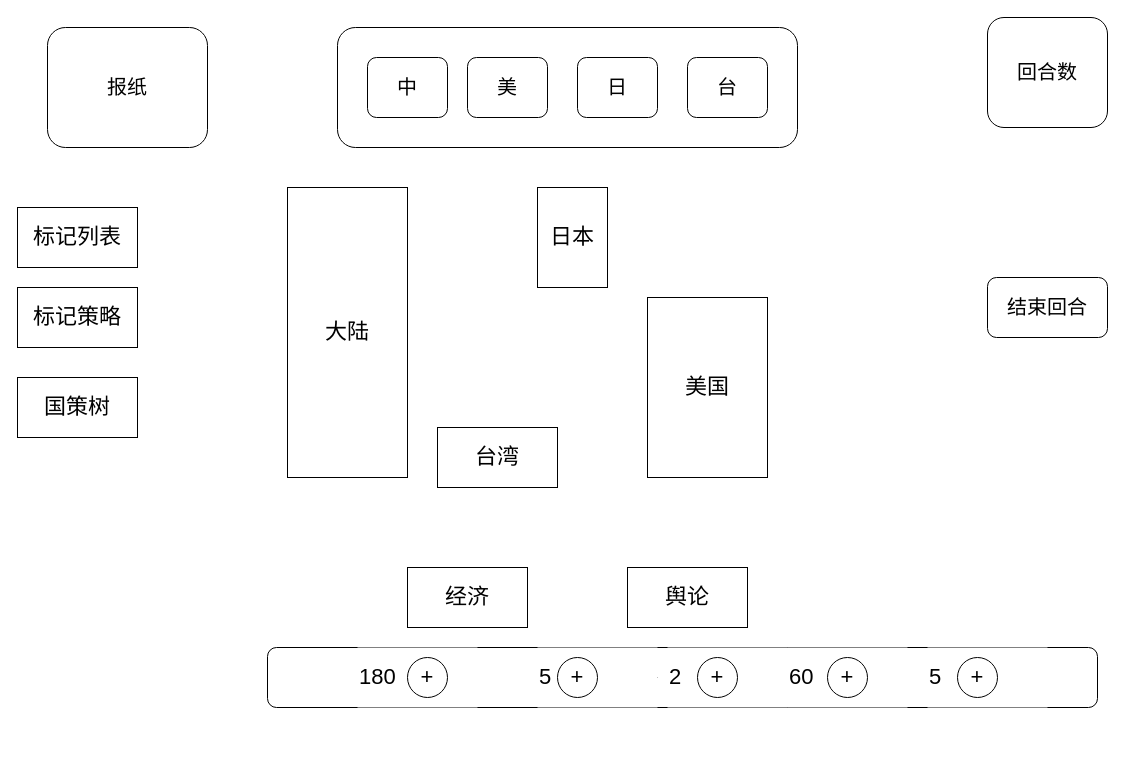
This is todo/board.drawio from hakureiR-eimu/mushiki, a draw.io file, before an edit. Source tidied: cells renumbered, new cells numbered last; positions are measured from the earlier drawing's top-left corner, leaving out a move shared by most shapes. Both pictures are drawn from the tidied source at 100%, with x=0, y=0 at pixel (17, 17).
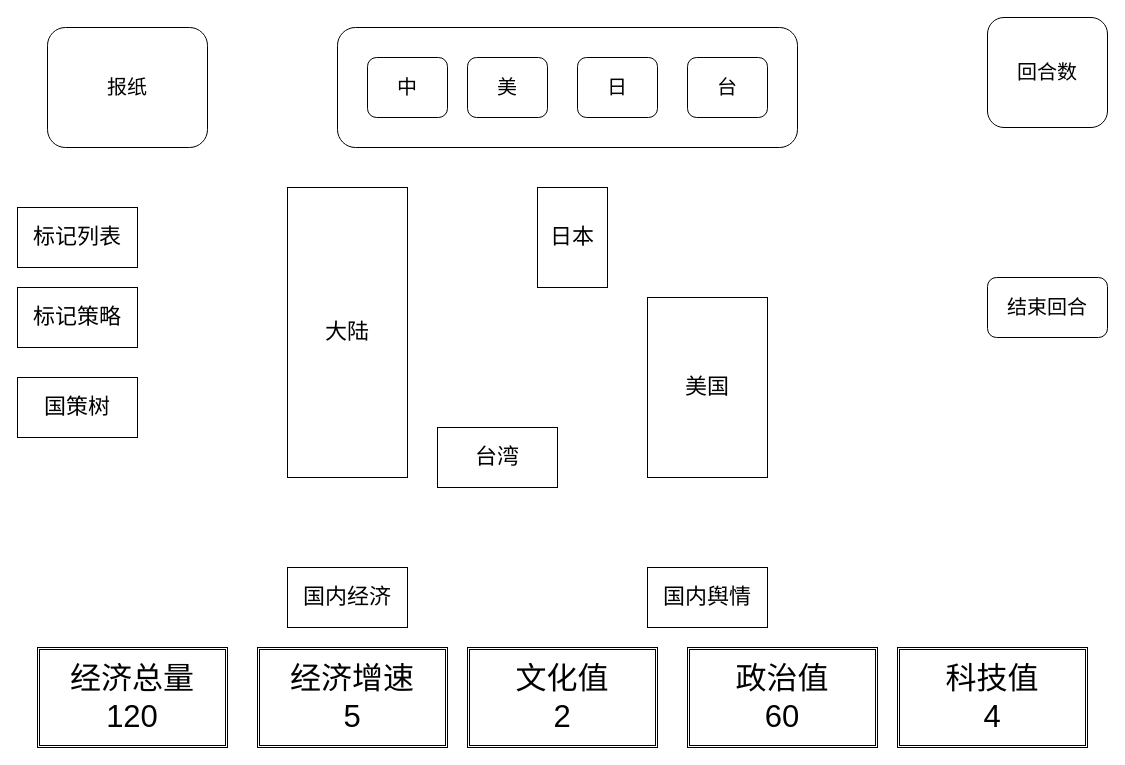
The same page after the edit.

Diff of the diagram source:
```diff
@@
-    <mxCell id="9" style="rounded=1;whiteSpace=wrap;html=1;hachureGap=4;fontFamily=Architects Daughter;fontSize=20;" parent="1" vertex="1">
-      <mxGeometry x="250" y="630" width="830" height="60" as="geometry" />
-    </mxCell>
@@
-    <mxCell id="11" value="&lt;font style=&quot;font-size: 22px;&quot;&gt;经济&lt;/font&gt;" style="rounded=0;whiteSpace=wrap;html=1;" parent="1" vertex="1">
-      <mxGeometry x="390" y="550" width="120" height="60" as="geometry" />
+    <mxCell id="11" value="&lt;font style=&quot;font-size: 22px;&quot;&gt;国内经济&lt;/font&gt;" style="rounded=0;whiteSpace=wrap;html=1;" parent="1" vertex="1">
+      <mxGeometry x="270" y="550" width="120" height="60" as="geometry" />
     </mxCell>
-    <mxCell id="12" value="&lt;font style=&quot;font-size: 22px;&quot;&gt;舆论&lt;/font&gt;" style="rounded=0;whiteSpace=wrap;html=1;" parent="1" vertex="1">
-      <mxGeometry x="610" y="550" width="120" height="60" as="geometry" />
+    <mxCell id="12" value="&lt;font style=&quot;font-size: 22px;&quot;&gt;国内舆情&lt;/font&gt;" style="rounded=0;whiteSpace=wrap;html=1;" parent="1" vertex="1">
+      <mxGeometry x="630" y="550" width="120" height="60" as="geometry" />
     </mxCell>
-    <mxCell id="13" value="180" style="rounded=0;whiteSpace=wrap;html=1;fontSize=22;align=left;strokeColor=none;" parent="1" vertex="1">
-      <mxGeometry x="340" y="630" width="120" height="60" as="geometry" />
-    </mxCell>
-    <mxCell id="14" style="edgeStyle=none;rounded=1;html=1;fontSize=22;" parent="1" edge="1" source="15" target="19">
-      <mxGeometry relative="1" as="geometry" />
-    </mxCell>
-    <mxCell id="15" value="5" style="rounded=0;whiteSpace=wrap;html=1;fontSize=22;align=left;strokeColor=none;" parent="1" vertex="1">
-      <mxGeometry x="520" y="630" width="120" height="60" as="geometry" />
-    </mxCell>
-    <mxCell id="16" value="2" style="rounded=0;whiteSpace=wrap;html=1;fontSize=22;align=left;strokeColor=none;" parent="1" vertex="1">
-      <mxGeometry x="650" y="630" width="120" height="60" as="geometry" />
-    </mxCell>
-    <mxCell id="17" value="60" style="rounded=0;whiteSpace=wrap;html=1;fontSize=22;align=left;strokeColor=none;" parent="1" vertex="1">
-      <mxGeometry x="770" y="630" width="120" height="60" as="geometry" />
-    </mxCell>
-    <mxCell id="18" value="+" style="ellipse;whiteSpace=wrap;html=1;rounded=1;fontSize=22;" parent="1" vertex="1">
-      <mxGeometry x="390" y="640" width="40" height="40" as="geometry" />
-    </mxCell>
-    <mxCell id="19" value="+" style="ellipse;whiteSpace=wrap;html=1;rounded=1;fontSize=22;" parent="1" vertex="1">
-      <mxGeometry x="540" y="640" width="40" height="40" as="geometry" />
-    </mxCell>
-    <mxCell id="20" value="+" style="ellipse;whiteSpace=wrap;html=1;rounded=1;fontSize=22;" parent="1" vertex="1">
-      <mxGeometry x="680" y="640" width="40" height="40" as="geometry" />
-    </mxCell>
-    <mxCell id="21" value="5" style="rounded=0;whiteSpace=wrap;html=1;fontSize=22;align=left;strokeColor=none;" parent="1" vertex="1">
-      <mxGeometry x="910" y="630" width="120" height="60" as="geometry" />
-    </mxCell>
-    <mxCell id="22" value="+" style="ellipse;whiteSpace=wrap;html=1;rounded=1;fontSize=22;" parent="1" vertex="1">
-      <mxGeometry x="810" y="640" width="40" height="40" as="geometry" />
-    </mxCell>
-    <mxCell id="23" value="+" style="ellipse;whiteSpace=wrap;html=1;rounded=1;fontSize=22;" parent="1" vertex="1">
-      <mxGeometry x="940" y="640" width="40" height="40" as="geometry" />
-    </mxCell>
@@
+    <mxCell id="31" value="&lt;span style=&quot;font-size: 31px;&quot;&gt;经济总量&lt;br&gt;120&lt;br&gt;&lt;/span&gt;" style="shape=ext;double=1;rounded=0;whiteSpace=wrap;html=1;" parent="1" vertex="1">
+      <mxGeometry x="20" y="630" width="190" height="100" as="geometry" />
+    </mxCell>
+    <mxCell id="32" value="&lt;span style=&quot;font-size: 31px;&quot;&gt;经济增速&lt;br&gt;5&lt;br&gt;&lt;/span&gt;" style="shape=ext;double=1;rounded=0;whiteSpace=wrap;html=1;" parent="1" vertex="1">
+      <mxGeometry x="240" y="630" width="190" height="100" as="geometry" />
+    </mxCell>
+    <mxCell id="33" value="&lt;span style=&quot;font-size: 31px;&quot;&gt;文化值&lt;br&gt;2&lt;br&gt;&lt;/span&gt;" style="shape=ext;double=1;rounded=0;whiteSpace=wrap;html=1;" parent="1" vertex="1">
+      <mxGeometry x="450" y="630" width="190" height="100" as="geometry" />
+    </mxCell>
+    <mxCell id="34" value="&lt;span style=&quot;font-size: 31px;&quot;&gt;政治值&lt;br&gt;60&lt;br&gt;&lt;/span&gt;" style="shape=ext;double=1;rounded=0;whiteSpace=wrap;html=1;" parent="1" vertex="1">
+      <mxGeometry x="670" y="630" width="190" height="100" as="geometry" />
+    </mxCell>
+    <mxCell id="35" value="&lt;span style=&quot;font-size: 31px;&quot;&gt;科技值&lt;br&gt;4&lt;br&gt;&lt;/span&gt;" style="shape=ext;double=1;rounded=0;whiteSpace=wrap;html=1;" parent="1" vertex="1">
+      <mxGeometry x="880" y="630" width="190" height="100" as="geometry" />
+    </mxCell>
```
